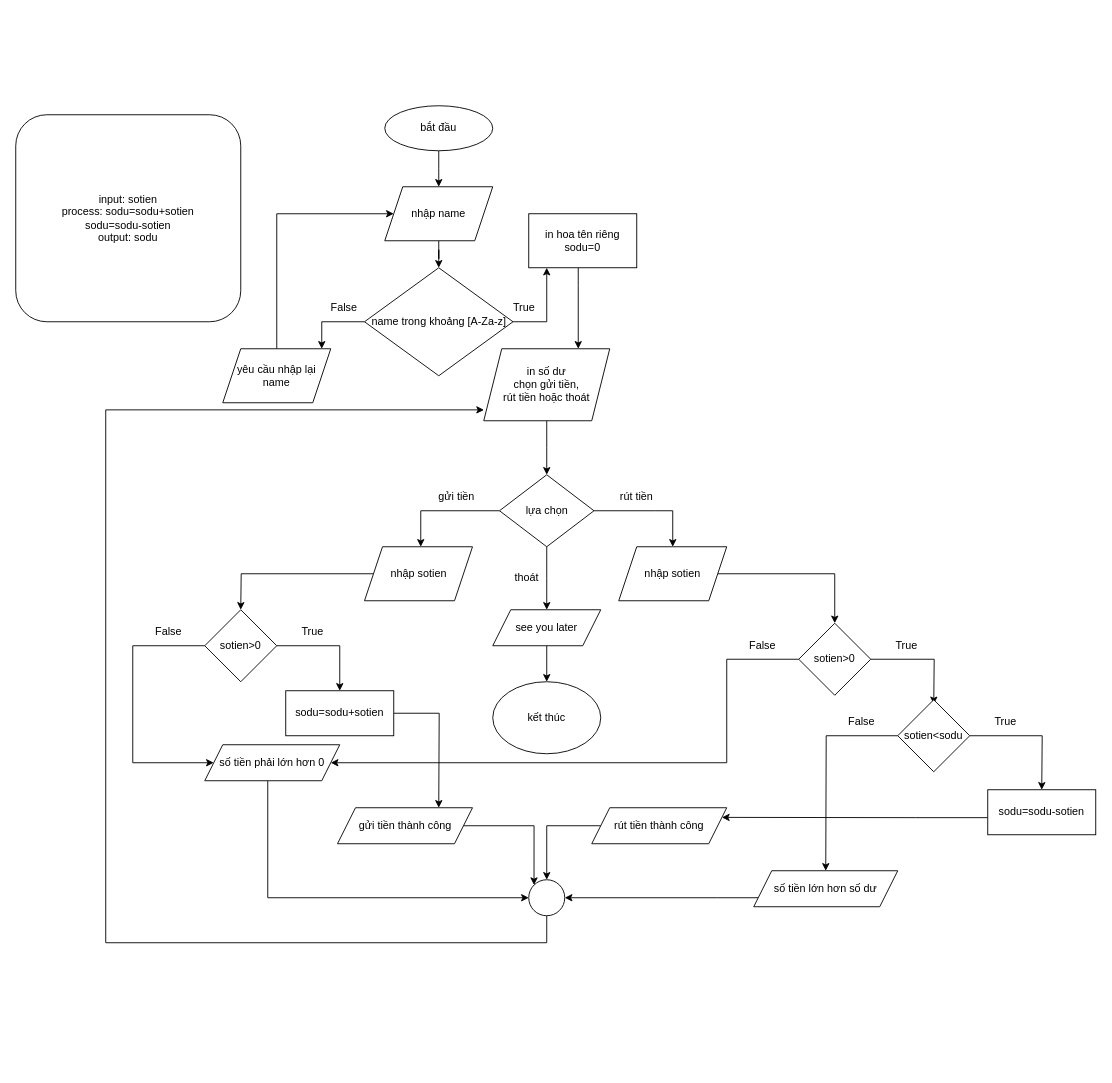
KhanhNguyen9872/DH_Gia_Dinh_K16 keeps this draw.io diagram as Ngan_hang_Ajribamk.drawio. Above is the earlier version. Source tidied: cells renumbered, new cells numbered last; positions are measured from the earlier drawing's top-left corner, leaving out a move shared by most shapes. Both pictures are drawn from the tidied source at 90%, with x=0, y=0 at pixel (15, 105).
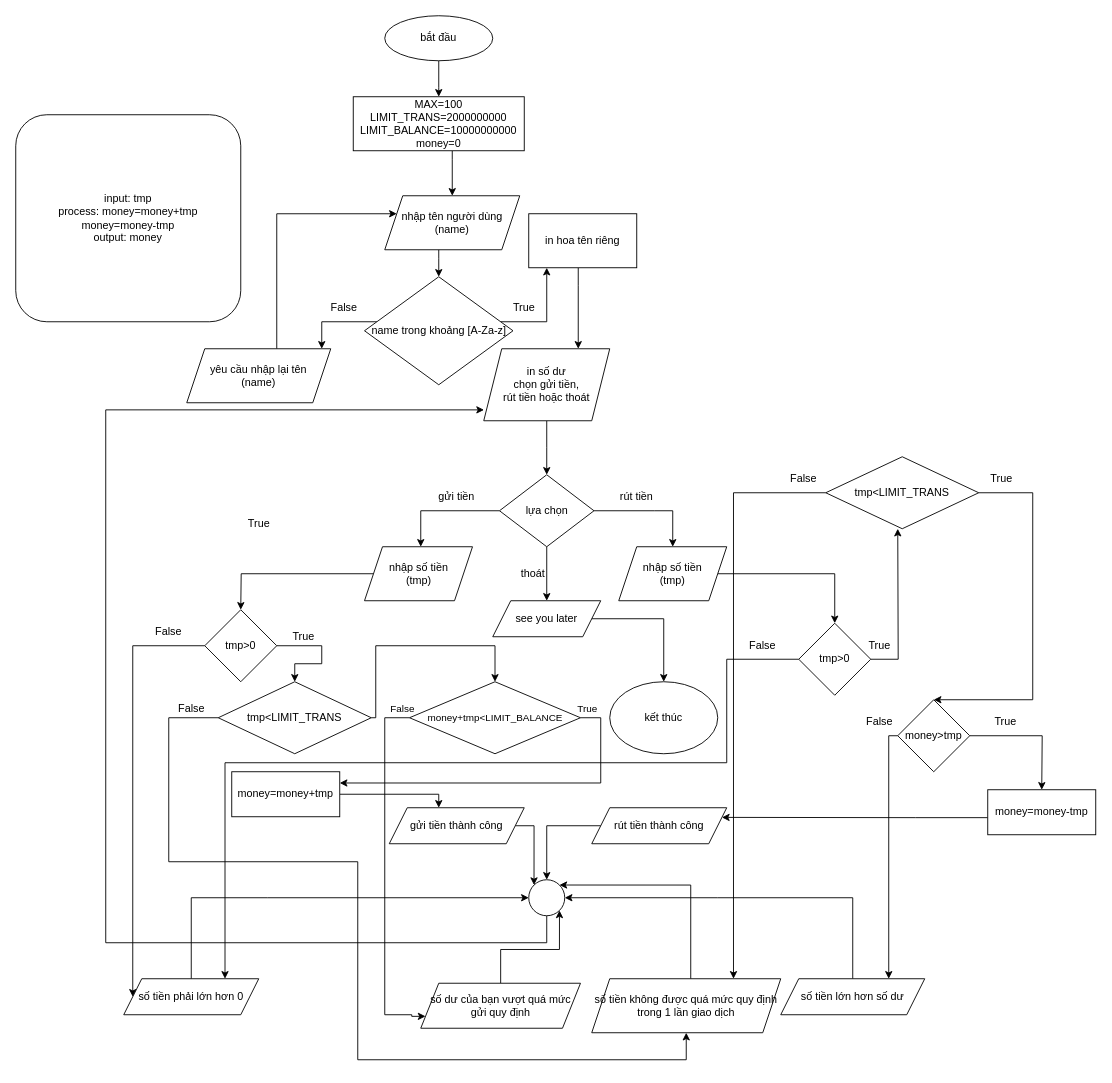
The same diagram, later.

The change refers to these unchanged cells:
```xml
<mxCell id="19" value="lựa chọn" style="rhombus;whiteSpace=wrap;html=1;" parent="1" vertex="1">
  <mxGeometry x="537.5" y="410" width="105" height="80" as="geometry" />
</mxCell>
<mxCell id="45" style="ellipse;whiteSpace=wrap;html=1;" parent="1" vertex="1">
  <mxGeometry x="570" y="860" width="40" height="40" as="geometry" />
</mxCell>
```

What changed in the source:
```diff
@@
     <mxCell id="2" style="edgeStyle=orthogonalEdgeStyle;rounded=0;jettySize=auto;html=1;" parent="1" edge="1" source="3">
       <mxGeometry relative="1" as="geometry">
-        <mxPoint x="470" y="90" as="targetPoint" />
+        <mxPoint x="470" y="-10" as="targetPoint" />
+        <Array as="points">
+          <mxPoint x="470" y="-20" />
+          <mxPoint x="470" y="-20" />
+        </Array>
       </mxGeometry>
     </mxCell>
     <mxCell id="3" value="bắt đầu" style="ellipse;whiteSpace=wrap;html=1;" parent="1" vertex="1">
-      <mxGeometry x="410" width="120" height="50" as="geometry" />
+      <mxGeometry x="410" y="-100" width="120" height="50" as="geometry" />
     </mxCell>
     <mxCell id="4" style="edgeStyle=orthogonalEdgeStyle;rounded=0;jettySize=auto;html=1;entryX=0.5;entryY=0;entryDx=0;entryDy=0;" parent="1" edge="1" source="5" target="8">
-      <mxGeometry relative="1" as="geometry" />
+      <mxGeometry relative="1" as="geometry">
+        <Array as="points">
+          <mxPoint x="470" y="170" />
+          <mxPoint x="470" y="170" />
+        </Array>
+      </mxGeometry>
     </mxCell>
-    <mxCell id="5" value="nhập name" style="shape=parallelogram;perimeter=parallelogramPerimeter;whiteSpace=wrap;html=1;fixedSize=1;" parent="1" vertex="1">
-      <mxGeometry x="410" y="90" width="120" height="60" as="geometry" />
+    <mxCell id="5" value="nhập tên người dùng&lt;br&gt;(name)" style="shape=parallelogram;perimeter=parallelogramPerimeter;whiteSpace=wrap;html=1;fixedSize=1;" parent="1" vertex="1">
+      <mxGeometry x="410" y="100" width="150" height="60" as="geometry" />
     </mxCell>
@@
     <mxCell id="8" value="name trong khoảng [A-Za-z]" style="rhombus;whiteSpace=wrap;html=1;" parent="1" vertex="1">
-      <mxGeometry x="387.5" y="180" width="165" height="120" as="geometry" />
+      <mxGeometry x="387.5" y="190" width="165" height="120" as="geometry" />
     </mxCell>
@@
     <mxCell id="11" value="kết thúc" style="ellipse;whiteSpace=wrap;html=1;" parent="1" vertex="1">
-      <mxGeometry x="530" y="640" width="120" height="80" as="geometry" />
+      <mxGeometry x="660" y="640" width="120" height="80" as="geometry" />
     </mxCell>
-    <mxCell id="12" style="edgeStyle=orthogonalEdgeStyle;rounded=0;jettySize=auto;html=1;" parent="1" edge="1" source="13">
+    <mxCell id="12" style="edgeStyle=orthogonalEdgeStyle;rounded=0;jettySize=auto;html=1;" parent="1" edge="1" source="13" target="5">
       <mxGeometry relative="1" as="geometry">
-        <mxPoint x="420" y="120" as="targetPoint" />
         <Array as="points">
           <mxPoint x="290" y="120" />
         </Array>
       </mxGeometry>
     </mxCell>
-    <mxCell id="13" value="yêu cầu nhập lại name" style="shape=parallelogram;perimeter=parallelogramPerimeter;whiteSpace=wrap;html=1;fixedSize=1;" parent="1" vertex="1">
-      <mxGeometry x="230" y="270" width="120" height="60" as="geometry" />
+    <mxCell id="13" value="yêu cầu nhập lại tên&lt;br&gt;(name)" style="shape=parallelogram;perimeter=parallelogramPerimeter;whiteSpace=wrap;html=1;fixedSize=1;" parent="1" vertex="1">
+      <mxGeometry x="190" y="270" width="160" height="60" as="geometry" />
     </mxCell>
@@
-    <mxCell id="18" style="edgeStyle=orthogonalEdgeStyle;rounded=0;jettySize=auto;html=1;" parent="1" edge="1" source="19">
-      <mxGeometry relative="1" as="geometry">
-        <mxPoint x="590" y="560" as="targetPoint" />
-      </mxGeometry>
+    <mxCell id="18" style="edgeStyle=orthogonalEdgeStyle;rounded=0;jettySize=auto;html=1;entryX=0.5;entryY=0;entryDx=0;entryDy=0;" parent="1" edge="1" source="19" target="59">
+      <mxGeometry relative="1" as="geometry" />
     </mxCell>
@@
     <mxCell id="22" value="thoát" style="text;html=1;strokeColor=none;fillColor=none;align=center;verticalAlign=middle;whiteSpace=wrap;rounded=0;" parent="1" vertex="1">
-      <mxGeometry x="537.5" y="510" width="60" height="30" as="geometry" />
+      <mxGeometry x="545" y="505" width="60" height="30" as="geometry" />
     </mxCell>
@@
-    <mxCell id="24" value="nhập sotien" style="shape=parallelogram;perimeter=parallelogramPerimeter;whiteSpace=wrap;html=1;fixedSize=1;" parent="1" vertex="1">
+    <mxCell id="24" value="nhập số tiền&lt;br&gt;(tmp)" style="shape=parallelogram;perimeter=parallelogramPerimeter;whiteSpace=wrap;html=1;fixedSize=1;" parent="1" vertex="1">
       <mxGeometry x="387.5" y="490" width="120" height="60" as="geometry" />
     </mxCell>
@@
-    <mxCell id="26" value="nhập sotien" style="shape=parallelogram;perimeter=parallelogramPerimeter;whiteSpace=wrap;html=1;fixedSize=1;" parent="1" vertex="1">
+    <mxCell id="26" value="nhập số tiền&lt;br&gt;(tmp)" style="shape=parallelogram;perimeter=parallelogramPerimeter;whiteSpace=wrap;html=1;fixedSize=1;" parent="1" vertex="1">
       <mxGeometry x="670" y="490" width="120" height="60" as="geometry" />
     </mxCell>
     <mxCell id="27" style="edgeStyle=orthogonalEdgeStyle;rounded=0;jettySize=auto;html=1;entryX=0;entryY=0.5;entryDx=0;entryDy=0;" parent="1" edge="1" source="29" target="33">
       <mxGeometry relative="1" as="geometry">
         <Array as="points">
           <mxPoint x="130" y="600" />
-          <mxPoint x="130" y="730" />
         </Array>
       </mxGeometry>
     </mxCell>
-    <mxCell id="28" style="edgeStyle=orthogonalEdgeStyle;rounded=0;jettySize=auto;html=1;entryX=0.5;entryY=0;entryDx=0;entryDy=0;" parent="1" edge="1" source="29" target="49">
-      <mxGeometry relative="1" as="geometry" />
-    </mxCell>
+    <mxCell id="61" style="edgeStyle=orthogonalEdgeStyle;rounded=0;jettySize=auto;html=1;entryX=0.5;entryY=0;entryDx=0;entryDy=0;" parent="1" edge="1" source="29" target="73">
+      <mxGeometry relative="1" as="geometry">
+        <Array as="points">
+          <mxPoint x="340" y="600" />
+          <mxPoint x="340" y="620" />
+          <mxPoint x="310" y="620" />
+        </Array>
+      </mxGeometry>
+    </mxCell>
-    <mxCell id="29" value="sotien&amp;gt;0" style="rhombus;whiteSpace=wrap;html=1;direction=south;" parent="1" vertex="1">
+    <mxCell id="29" value="tmp&amp;gt;0" style="rhombus;whiteSpace=wrap;html=1;direction=south;" parent="1" vertex="1">
       <mxGeometry x="210" y="560" width="80" height="80" as="geometry" />
     </mxCell>
@@
     <mxCell id="31" value="True" style="text;html=1;strokeColor=none;fillColor=none;align=center;verticalAlign=middle;whiteSpace=wrap;rounded=0;" parent="1" vertex="1">
-      <mxGeometry x="300" y="570" width="60" height="30" as="geometry" />
+      <mxGeometry x="290" y="575" width="60" height="30" as="geometry" />
     </mxCell>
@@
     <mxCell id="33" value="số tiền phải lớn hơn 0" style="shape=parallelogram;perimeter=parallelogramPerimeter;whiteSpace=wrap;html=1;fixedSize=1;" parent="1" vertex="1">
-      <mxGeometry x="210" y="710" width="150" height="40" as="geometry" />
+      <mxGeometry x="120" y="970" width="150" height="40" as="geometry" />
     </mxCell>
-    <mxCell id="34" style="edgeStyle=orthogonalEdgeStyle;rounded=0;jettySize=auto;html=1;entryX=1;entryY=0.5;entryDx=0;entryDy=0;" parent="1" edge="1" source="36" target="33">
+    <mxCell id="34" style="edgeStyle=orthogonalEdgeStyle;rounded=0;jettySize=auto;html=1;entryX=0.75;entryY=0;entryDx=0;entryDy=0;" parent="1" edge="1" source="36" target="33">
       <mxGeometry relative="1" as="geometry">
         <Array as="points">
           <mxPoint x="790" y="615" />
           <mxPoint x="790" y="730" />
+          <mxPoint x="233" y="730" />
         </Array>
       </mxGeometry>
     </mxCell>
     <mxCell id="35" style="edgeStyle=orthogonalEdgeStyle;rounded=0;jettySize=auto;html=1;" parent="1" edge="1" source="36">
       <mxGeometry relative="1" as="geometry">
-        <mxPoint x="1020" y="665" as="targetPoint" />
+        <mxPoint x="980" y="470" as="targetPoint" />
       </mxGeometry>
     </mxCell>
-    <mxCell id="36" value="sotien&amp;gt;0" style="rhombus;whiteSpace=wrap;html=1;direction=south;" parent="1" vertex="1">
+    <mxCell id="36" value="tmp&amp;gt;0" style="rhombus;whiteSpace=wrap;html=1;direction=south;" parent="1" vertex="1">
       <mxGeometry x="870" y="575" width="80" height="80" as="geometry" />
     </mxCell>
@@
     <mxCell id="38" value="True" style="text;html=1;strokeColor=none;fillColor=none;align=center;verticalAlign=middle;whiteSpace=wrap;rounded=0;" parent="1" vertex="1">
-      <mxGeometry x="960" y="585" width="60" height="30" as="geometry" />
+      <mxGeometry x="930" y="585" width="60" height="30" as="geometry" />
     </mxCell>
-    <mxCell id="39" style="edgeStyle=orthogonalEdgeStyle;rounded=0;jettySize=auto;html=1;" parent="1" edge="1" source="41">
+    <mxCell id="39" style="edgeStyle=orthogonalEdgeStyle;rounded=0;jettySize=auto;html=1;entryX=0.75;entryY=0;entryDx=0;entryDy=0;" parent="1" edge="1" source="41" target="57">
       <mxGeometry relative="1" as="geometry">
-        <mxPoint x="900" y="850" as="targetPoint" />
+        <Array as="points">
+          <mxPoint x="970" y="700" />
+        </Array>
       </mxGeometry>
     </mxCell>
@@
-    <mxCell id="41" value="sotien&amp;lt;sodu" style="rhombus;whiteSpace=wrap;html=1;" parent="1" vertex="1">
+    <mxCell id="41" value="money&amp;gt;tmp" style="rhombus;whiteSpace=wrap;html=1;" parent="1" vertex="1">
       <mxGeometry x="980" y="660" width="80" height="80" as="geometry" />
     </mxCell>
@@
-    <mxCell id="43" value="in hoa tên riêng&lt;br&gt;sodu=0" style="rounded=0;whiteSpace=wrap;html=1;" parent="1" vertex="1">
+    <mxCell id="43" value="in hoa tên riêng" style="rounded=0;whiteSpace=wrap;html=1;" parent="1" vertex="1">
       <mxGeometry x="570" y="120" width="120" height="60" as="geometry" />
     </mxCell>
@@
     <mxCell id="46" value="False" style="text;html=1;strokeColor=none;fillColor=none;align=center;verticalAlign=middle;whiteSpace=wrap;rounded=0;" parent="1" vertex="1">
-      <mxGeometry x="910" y="670" width="60" height="30" as="geometry" />
+      <mxGeometry x="930" y="670" width="60" height="30" as="geometry" />
     </mxCell>
@@
     <mxCell id="48" style="edgeStyle=orthogonalEdgeStyle;rounded=0;jettySize=auto;html=1;" parent="1" edge="1" source="49">
       <mxGeometry relative="1" as="geometry">
         <mxPoint x="470" y="780" as="targetPoint" />
+        <Array as="points">
+          <mxPoint x="470" y="765" />
+        </Array>
       </mxGeometry>
     </mxCell>
-    <mxCell id="49" value="sodu=sodu+sotien" style="rounded=0;whiteSpace=wrap;html=1;" parent="1" vertex="1">
-      <mxGeometry x="300" y="650" width="120" height="50" as="geometry" />
+    <mxCell id="49" value="money=money+tmp" style="rounded=0;whiteSpace=wrap;html=1;" parent="1" vertex="1">
+      <mxGeometry x="240" y="740" width="120" height="50" as="geometry" />
     </mxCell>
     <mxCell id="50" style="edgeStyle=orthogonalEdgeStyle;rounded=0;jettySize=auto;html=1;entryX=0;entryY=0;entryDx=0;entryDy=0;" parent="1" edge="1" source="51" target="45">
-      <mxGeometry relative="1" as="geometry" />
+      <mxGeometry relative="1" as="geometry">
+        <Array as="points">
+          <mxPoint x="576" y="800" />
+        </Array>
+      </mxGeometry>
     </mxCell>
     <mxCell id="51" value="gửi tiền thành công" style="shape=parallelogram;perimeter=parallelogramPerimeter;whiteSpace=wrap;html=1;fixedSize=1;" parent="1" vertex="1">
-      <mxGeometry x="357.5" y="780" width="150" height="40" as="geometry" />
+      <mxGeometry x="415" y="780" width="150" height="40" as="geometry" />
     </mxCell>
@@
-    <mxCell id="53" value="sodu=sodu-sotien" style="rounded=0;whiteSpace=wrap;html=1;" parent="1" vertex="1">
+    <mxCell id="53" value="money=money-tmp" style="rounded=0;whiteSpace=wrap;html=1;" parent="1" vertex="1">
       <mxGeometry x="1080" y="760" width="120" height="50" as="geometry" />
     </mxCell>
@@
     <mxCell id="57" value="số tiền lớn hơn số dư" style="shape=parallelogram;perimeter=parallelogramPerimeter;whiteSpace=wrap;html=1;fixedSize=1;" parent="1" vertex="1">
-      <mxGeometry x="820" y="850" width="160" height="40" as="geometry" />
+      <mxGeometry x="850" y="970" width="160" height="40" as="geometry" />
     </mxCell>
@@
     <mxCell id="59" value="see you later" style="shape=parallelogram;perimeter=parallelogramPerimeter;whiteSpace=wrap;html=1;fixedSize=1;" parent="1" vertex="1">
-      <mxGeometry x="530" y="560" width="120" height="40" as="geometry" />
+      <mxGeometry x="530" y="550" width="120" height="40" as="geometry" />
     </mxCell>
-    <mxCell id="60" value="input: sotien&lt;br&gt;process: sodu=sodu+sotien&lt;br&gt;sodu=sodu-sotien&lt;br&gt;output: sodu" style="rounded=1;whiteSpace=wrap;html=1;" parent="1" vertex="1">
+    <mxCell id="60" value="input: tmp&lt;br&gt;process: money=money+tmp&lt;br&gt;money=money-tmp&lt;br&gt;output: money" style="rounded=1;whiteSpace=wrap;html=1;" parent="1" vertex="1">
       <mxGeometry y="10" width="250" height="230" as="geometry" />
     </mxCell>
+    <mxCell id="62" style="edgeStyle=orthogonalEdgeStyle;rounded=0;jettySize=auto;html=1;entryX=0.5;entryY=0;entryDx=0;entryDy=0;" parent="1" edge="1" source="63" target="5">
+      <mxGeometry relative="1" as="geometry">
+        <Array as="points">
+          <mxPoint x="485" y="60" />
+          <mxPoint x="485" y="60" />
+        </Array>
+      </mxGeometry>
+    </mxCell>
+    <mxCell id="63" value="MAX=100&lt;br&gt;LIMIT_TRANS=2000000000&lt;br&gt;LIMIT_BALANCE=10000000000&lt;br&gt;money=0" style="rounded=0;whiteSpace=wrap;html=1;" parent="1" vertex="1">
+      <mxGeometry x="375" y="-10" width="190" height="60" as="geometry" />
+    </mxCell>
+    <mxCell id="64" style="edgeStyle=orthogonalEdgeStyle;rounded=0;jettySize=auto;html=1;entryX=0.5;entryY=0;entryDx=0;entryDy=0;" parent="1" edge="1" source="66" target="41">
+      <mxGeometry relative="1" as="geometry">
+        <Array as="points">
+          <mxPoint x="1130" y="430" />
+          <mxPoint x="1130" y="660" />
+        </Array>
+      </mxGeometry>
+    </mxCell>
+    <mxCell id="65" style="edgeStyle=orthogonalEdgeStyle;rounded=0;jettySize=auto;html=1;entryX=0.75;entryY=0;entryDx=0;entryDy=0;" parent="1" edge="1" source="66" target="70">
+      <mxGeometry relative="1" as="geometry">
+        <Array as="points">
+          <mxPoint x="798" y="430" />
+        </Array>
+      </mxGeometry>
+    </mxCell>
+    <mxCell id="66" value="tmp&amp;lt;LIMIT_TRANS" style="rhombus;whiteSpace=wrap;html=1;" parent="1" vertex="1">
+      <mxGeometry x="900" y="390" width="170" height="80" as="geometry" />
+    </mxCell>
+    <mxCell id="67" value="True" style="text;html=1;align=center;verticalAlign=middle;strokeColor=none;fillColor=none;" parent="1" vertex="1">
+      <mxGeometry x="1070" y="400" width="50" height="30" as="geometry" />
+    </mxCell>
+    <mxCell id="68" value="False" style="text;html=1;align=center;verticalAlign=middle;strokeColor=none;fillColor=none;" parent="1" vertex="1">
+      <mxGeometry x="850" y="400" width="50" height="30" as="geometry" />
+    </mxCell>
+    <mxCell id="69" style="edgeStyle=orthogonalEdgeStyle;rounded=0;jettySize=auto;html=1;entryX=1;entryY=0;entryDx=0;entryDy=0;" parent="1" edge="1" source="70" target="45">
+      <mxGeometry relative="1" as="geometry">
+        <Array as="points">
+          <mxPoint x="750" y="866" />
+        </Array>
+      </mxGeometry>
+    </mxCell>
+    <mxCell id="70" value="số tiền không được quá mức quy định trong 1 lần giao dịch" style="shape=parallelogram;perimeter=parallelogramPerimeter;whiteSpace=wrap;html=1;fixedSize=1;" parent="1" vertex="1">
+      <mxGeometry x="640" y="970" width="210" height="60" as="geometry" />
+    </mxCell>
+    <mxCell id="71" style="edgeStyle=orthogonalEdgeStyle;rounded=0;jettySize=auto;html=1;entryX=0.5;entryY=1;entryDx=0;entryDy=0;" parent="1" edge="1" source="73" target="70">
+      <mxGeometry relative="1" as="geometry">
+        <Array as="points">
+          <mxPoint x="170" y="680" />
+          <mxPoint x="170" y="840" />
+          <mxPoint x="380" y="840" />
+          <mxPoint x="380" y="1060" />
+          <mxPoint x="745" y="1060" />
+        </Array>
+      </mxGeometry>
+    </mxCell>
+    <mxCell id="72" style="edgeStyle=orthogonalEdgeStyle;shape=connector;rounded=0;jettySize=auto;html=1;exitX=1;exitY=0.5;exitDx=0;exitDy=0;labelBackgroundColor=default;strokeColor=default;fontFamily=Helvetica;fontSize=11;fontColor=default;endArrow=classic;entryX=0.5;entryY=0;entryDx=0;entryDy=0;" parent="1" edge="1" source="73" target="80">
+      <mxGeometry relative="1" as="geometry">
+        <Array as="points">
+          <mxPoint x="400" y="680" />
+          <mxPoint x="400" y="600" />
+          <mxPoint x="533" y="600" />
+        </Array>
+      </mxGeometry>
+    </mxCell>
+    <mxCell id="73" value="tmp&amp;lt;LIMIT_TRANS" style="rhombus;whiteSpace=wrap;html=1;" parent="1" vertex="1">
+      <mxGeometry x="225" y="640" width="170" height="80" as="geometry" />
+    </mxCell>
+    <mxCell id="74" style="edgeStyle=orthogonalEdgeStyle;rounded=0;jettySize=auto;html=1;entryX=1;entryY=1;entryDx=0;entryDy=0;" parent="1" edge="1" source="75" target="45">
+      <mxGeometry relative="1" as="geometry" />
+    </mxCell>
+    <mxCell id="75" value="số dư của bạn vượt quá mức gửi quy định" style="shape=parallelogram;perimeter=parallelogramPerimeter;whiteSpace=wrap;html=1;fixedSize=1;" parent="1" vertex="1">
+      <mxGeometry x="450" y="975" width="177.5" height="50" as="geometry" />
+    </mxCell>
+    <mxCell id="76" value="False" style="text;html=1;align=center;verticalAlign=middle;strokeColor=none;fillColor=none;" parent="1" vertex="1">
+      <mxGeometry x="170" y="655" width="50" height="30" as="geometry" />
+    </mxCell>
+    <mxCell id="77" value="True" style="text;html=1;align=center;verticalAlign=middle;strokeColor=none;fillColor=none;" parent="1" vertex="1">
+      <mxGeometry x="245" y="450" width="50" height="30" as="geometry" />
+    </mxCell>
+    <mxCell id="78" style="edgeStyle=orthogonalEdgeStyle;shape=connector;rounded=0;jettySize=auto;html=1;exitX=0;exitY=0.5;exitDx=0;exitDy=0;labelBackgroundColor=default;strokeColor=default;fontFamily=Helvetica;fontSize=11;fontColor=default;endArrow=classic;entryX=0;entryY=0.75;entryDx=0;entryDy=0;" parent="1" edge="1" source="80" target="75">
+      <mxGeometry relative="1" as="geometry">
+        <Array as="points">
+          <mxPoint x="410" y="680" />
+          <mxPoint x="410" y="1010" />
+          <mxPoint x="440" y="1010" />
+          <mxPoint x="440" y="1012" />
+        </Array>
+      </mxGeometry>
+    </mxCell>
+    <mxCell id="79" style="edgeStyle=orthogonalEdgeStyle;shape=connector;rounded=0;jettySize=auto;html=1;labelBackgroundColor=default;strokeColor=default;fontFamily=Helvetica;fontSize=11;fontColor=default;endArrow=classic;entryX=1;entryY=0.25;entryDx=0;entryDy=0;" parent="1" edge="1" source="80" target="49">
+      <mxGeometry relative="1" as="geometry">
+        <Array as="points">
+          <mxPoint x="650" y="680" />
+          <mxPoint x="650" y="753" />
+        </Array>
+      </mxGeometry>
+    </mxCell>
+    <mxCell id="80" value="money+tmp&amp;lt;LIMIT_BALANCE" style="rhombus;whiteSpace=wrap;html=1;fontFamily=Helvetica;fontSize=11;fontColor=default;" parent="1" vertex="1">
+      <mxGeometry x="437.5" y="640" width="190" height="80" as="geometry" />
+    </mxCell>
+    <mxCell id="81" value="False" style="text;html=1;strokeColor=none;fillColor=none;align=center;verticalAlign=middle;whiteSpace=wrap;rounded=0;fontSize=11;fontFamily=Helvetica;fontColor=default;" parent="1" vertex="1">
+      <mxGeometry x="400" y="655" width="60" height="30" as="geometry" />
+    </mxCell>
+    <mxCell id="82" value="True" style="text;html=1;align=center;verticalAlign=middle;strokeColor=none;fillColor=none;fontSize=11;fontFamily=Helvetica;fontColor=default;" parent="1" vertex="1">
+      <mxGeometry x="610" y="655" width="50" height="30" as="geometry" />
+    </mxCell>
```
